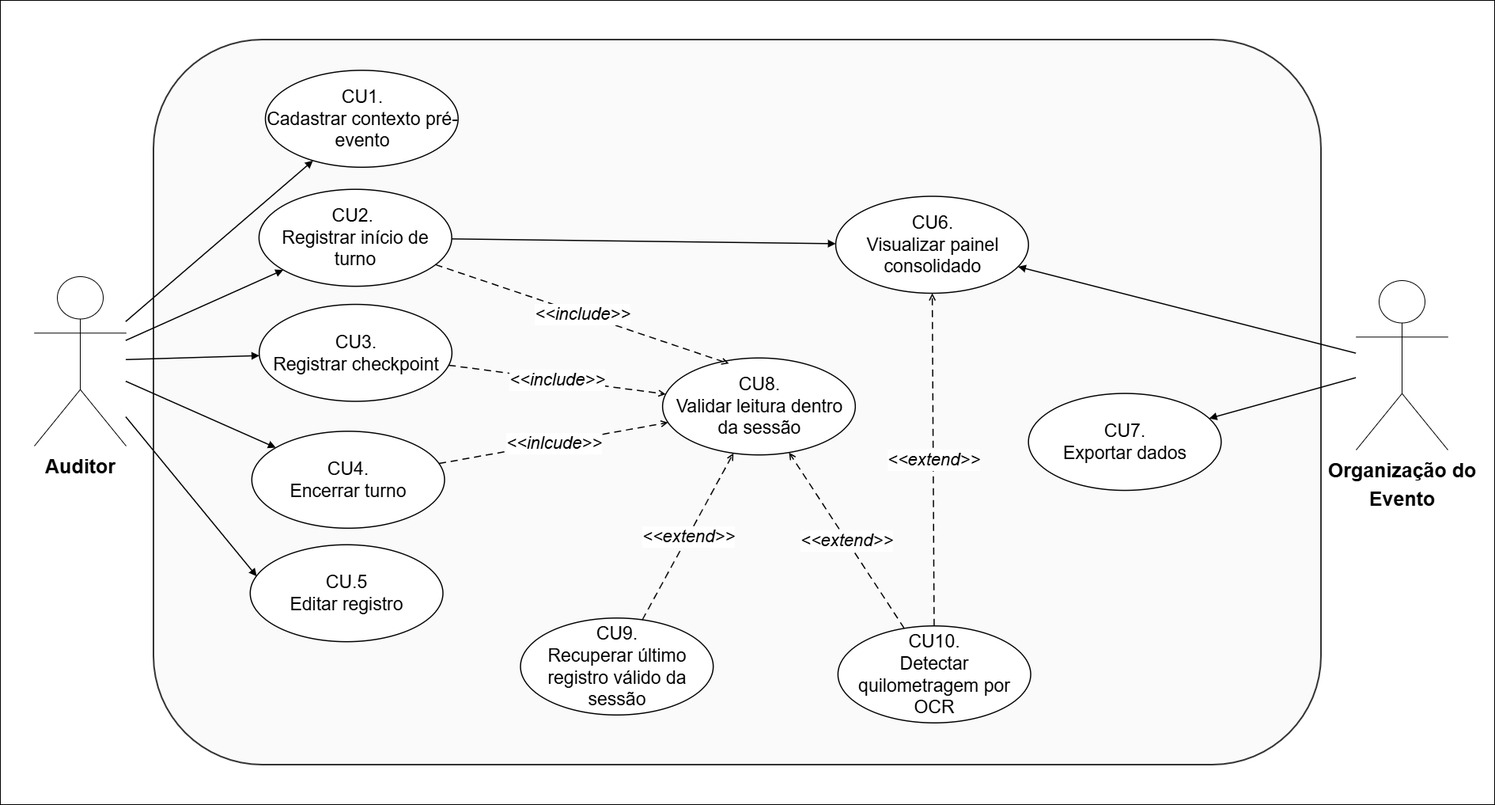
Above: documentos/assets/negocios/Diagrama-Casos-de-Uso.png in Gabriel-Marques-tech/redbull24hrs (draw.io), before the change. Source tidied: cells renumbered, new cells last; positions are measured from the earlier drawing's top-left corner, leaving out a move shared by most shapes. The source it was exported from:
```xml
<mxGraphModel>
  <root>
    <mxCell id="0" />
    <mxCell id="1" parent="0" />
    <mxCell id="2" style="rounded=0;whiteSpace=wrap;html=1;" parent="1" vertex="1">
      <mxGeometry width="1889" height="1016" as="geometry" />
    </mxCell>
    <mxCell id="3" value="&lt;div&gt;&lt;br&gt;&lt;/div&gt;&lt;div&gt;&lt;br&gt;&lt;/div&gt;" style="rounded=1;whiteSpace=wrap;html=1;fillColor=#FAFAFA;strokeColor=#333333;strokeWidth=2;align=left;verticalAlign=top;spacingLeft=12;spacingTop=12;fontFamily=Arial;fontSize=16;fontColor=#333333;" parent="1" vertex="1">
      <mxGeometry x="194" y="50" width="1476" height="916" as="geometry" />
    </mxCell>
    <mxCell id="4" value="&lt;font style=&quot;font-size: 23px;&quot;&gt;CU1.&lt;/font&gt;&lt;div&gt;&lt;font style=&quot;font-size: 23px;&quot;&gt;Cadastrar contexto pré-evento&lt;/font&gt;&lt;/div&gt;" style="ellipse;whiteSpace=wrap;html=1;fillColor=#FFFFFF;strokeColor=#000000;strokeWidth=1.5;fontFamily=Arial;fontSize=13;fontColor=#000000;align=center;verticalAlign=middle;" parent="3" vertex="1">
      <mxGeometry x="141.5" y="38.8" width="243.6" height="122.5" as="geometry" />
    </mxCell>
    <mxCell id="5" value="&lt;font style=&quot;font-size: 23px;&quot;&gt;CU2.&amp;nbsp;&lt;/font&gt;&lt;div&gt;&lt;font style=&quot;font-size: 23px;&quot;&gt;Registrar início de turno&lt;/font&gt;&lt;/div&gt;" style="ellipse;whiteSpace=wrap;html=1;fillColor=#FFFFFF;strokeColor=#000000;strokeWidth=1.5;fontFamily=Arial;fontSize=13;fontColor=#000000;align=center;verticalAlign=middle;" parent="3" vertex="1">
      <mxGeometry x="133.4" y="189.2" width="243.6" height="122.5" as="geometry" />
    </mxCell>
    <mxCell id="6" value="&lt;font style=&quot;font-size: 23px;&quot;&gt;CU3.&lt;/font&gt;&lt;div&gt;&lt;font style=&quot;font-size: 23px;&quot;&gt;Registrar checkpoint&lt;/font&gt;&lt;/div&gt;" style="ellipse;whiteSpace=wrap;html=1;fillColor=#FFFFFF;strokeColor=#000000;strokeWidth=1.5;fontFamily=Arial;fontSize=13;fontColor=#000000;align=center;verticalAlign=middle;" parent="3" vertex="1">
      <mxGeometry x="133.7" y="334.5" width="243.6" height="122.5" as="geometry" />
    </mxCell>
    <mxCell id="7" value="&lt;font style=&quot;font-size: 23px;&quot;&gt;CU4.&lt;/font&gt;&lt;div&gt;&lt;font style=&quot;font-size: 23px;&quot;&gt;Encerrar turno&lt;/font&gt;&lt;/div&gt;" style="ellipse;whiteSpace=wrap;html=1;fillColor=#FFFFFF;strokeColor=#000000;strokeWidth=1.5;fontFamily=Arial;fontSize=13;fontColor=#000000;align=center;verticalAlign=middle;" parent="3" vertex="1">
      <mxGeometry x="124.3" y="494.8" width="243.6" height="122.5" as="geometry" />
    </mxCell>
    <mxCell id="8" value="&lt;font style=&quot;font-size: 23px;&quot;&gt;CU.5&lt;/font&gt;&lt;div&gt;&lt;font style=&quot;font-size: 23px;&quot;&gt;Editar registro&lt;/font&gt;&lt;/div&gt;" style="ellipse;whiteSpace=wrap;html=1;fillColor=#FFFFFF;strokeColor=#000000;strokeWidth=1.5;fontFamily=Arial;fontSize=13;fontColor=#000000;align=center;verticalAlign=middle;" parent="3" vertex="1">
      <mxGeometry x="122.3" y="638.2" width="243.6" height="122.5" as="geometry" />
    </mxCell>
    <mxCell id="9" value="&lt;font style=&quot;font-size: 23px;&quot;&gt;CU6.&lt;/font&gt;&lt;div&gt;&lt;font style=&quot;font-size: 23px;&quot;&gt;Visualizar painel consolidado&lt;/font&gt;&lt;/div&gt;" style="ellipse;whiteSpace=wrap;html=1;fillColor=#FFFFFF;strokeColor=#000000;strokeWidth=1.5;fontFamily=Arial;fontSize=13;fontColor=#000000;align=center;verticalAlign=middle;" parent="3" vertex="1">
      <mxGeometry x="862.5" y="198" width="243.6" height="122.5" as="geometry" />
    </mxCell>
    <mxCell id="10" value="&lt;font style=&quot;font-size: 23px;&quot;&gt;CU7.&lt;/font&gt;&lt;div&gt;&lt;font style=&quot;font-size: 23px;&quot;&gt;Exportar dados&lt;/font&gt;&lt;/div&gt;" style="ellipse;whiteSpace=wrap;html=1;fillColor=#FFFFFF;strokeColor=#000000;strokeWidth=1.5;fontFamily=Arial;fontSize=13;fontColor=#000000;align=center;verticalAlign=middle;" parent="3" vertex="1">
      <mxGeometry x="1106.2" y="447.1" width="243.6" height="122.5" as="geometry" />
    </mxCell>
    <mxCell id="11" value="&lt;font style=&quot;font-size: 23px;&quot;&gt;CU8.&lt;/font&gt;&lt;div&gt;&lt;font style=&quot;font-size: 23px;&quot;&gt;Validar leitura dentro da sessão&lt;/font&gt;&lt;/div&gt;" style="ellipse;whiteSpace=wrap;html=1;fillColor=#FFFFFF;strokeColor=#000000;strokeWidth=1.5;fontFamily=Arial;fontSize=13;fontColor=#000000;align=center;verticalAlign=middle;" parent="3" vertex="1">
      <mxGeometry x="643.7" y="402.3" width="243.6" height="122.5" as="geometry" />
    </mxCell>
    <mxCell id="12" value="&lt;font style=&quot;font-size: 23px;&quot;&gt;CU9.&lt;/font&gt;&lt;div&gt;&lt;font style=&quot;font-size: 23px;&quot;&gt;Recuperar último registro válido da sessão&lt;/font&gt;&lt;/div&gt;" style="ellipse;whiteSpace=wrap;html=1;fillColor=#FFFFFF;strokeColor=#000000;strokeWidth=1.5;fontFamily=Arial;fontSize=13;fontColor=#000000;align=center;verticalAlign=middle;" parent="3" vertex="1">
      <mxGeometry x="464" y="730.8" width="243.6" height="122.5" as="geometry" />
    </mxCell>
    <mxCell id="13" value="&lt;font style=&quot;font-size: 23px;&quot;&gt;CU10.&lt;/font&gt;&lt;div&gt;&lt;font style=&quot;font-size: 23px;&quot;&gt;Detectar quilometragem por OCR&lt;/font&gt;&lt;/div&gt;" style="ellipse;whiteSpace=wrap;html=1;fillColor=#FFFFFF;strokeColor=#000000;strokeWidth=1.5;fontFamily=Arial;fontSize=13;fontColor=#000000;align=center;verticalAlign=middle;" parent="3" vertex="1">
      <mxGeometry x="865.4" y="740.8" width="243.6" height="122.5" as="geometry" />
    </mxCell>
    <mxCell id="14" style="endArrow=block;endFill=1;strokeColor=#000000;strokeWidth=1.5;html=1;rounded=0;" parent="3" edge="1" source="5" target="9">
      <mxGeometry relative="1" as="geometry" />
    </mxCell>
    <mxCell id="15" value="&lt;font style=&quot;font-size: 22px;&quot;&gt;&amp;lt;&amp;lt;extend&amp;gt;&amp;gt;&lt;/font&gt;" style="dashed=1;dashPattern=6 4;endArrow=open;endFill=0;strokeColor=#000000;strokeWidth=1.5;html=1;fontFamily=Arial;fontSize=11;fontStyle=2;fontColor=#000000;" parent="3" edge="1" source="12" target="11">
      <mxGeometry relative="1" as="geometry" />
    </mxCell>
    <mxCell id="16" value="&lt;font style=&quot;font-size: 22px;&quot;&gt;&amp;lt;&amp;lt;extend&amp;gt;&amp;gt;&lt;/font&gt;" style="dashed=1;dashPattern=6 4;endArrow=open;endFill=0;strokeColor=#000000;strokeWidth=1.5;html=1;fontFamily=Arial;fontSize=11;fontStyle=2;fontColor=#000000;" parent="3" edge="1" source="13" target="11">
      <mxGeometry relative="1" as="geometry" />
    </mxCell>
    <mxCell id="17" value="&lt;font style=&quot;font-size: 22px;&quot;&gt;&amp;lt;&amp;lt;extend&amp;gt;&amp;gt;&lt;/font&gt;" style="dashed=1;dashPattern=6 4;endArrow=open;endFill=0;strokeColor=#000000;strokeWidth=1.5;html=1;fontFamily=Arial;fontSize=11;fontStyle=2;fontColor=#000000;" parent="3" edge="1" source="13" target="9">
      <mxGeometry relative="1" as="geometry" />
    </mxCell>
    <mxCell id="18" value="&lt;font style=&quot;font-size: 25px;&quot;&gt;Auditor&lt;/font&gt;" style="shape=umlActor;verticalLabelPosition=bottom;verticalAlign=top;html=1;strokeColor=#000000;fillColor=none;fontFamily=Arial;fontSize=30;fontStyle=1;fontColor=#000000;" parent="1" vertex="1">
      <mxGeometry x="43" y="349" width="116" height="214" as="geometry" />
    </mxCell>
    <mxCell id="19" value="&lt;font style=&quot;font-size: 25px;&quot;&gt;Organização do&lt;/font&gt;&lt;div&gt;&lt;font style=&quot;font-size: 25px;&quot;&gt;Evento&lt;/font&gt;&lt;/div&gt;" style="shape=umlActor;verticalLabelPosition=bottom;verticalAlign=top;html=1;strokeColor=#000000;fillColor=none;fontFamily=Arial;fontSize=30;fontStyle=1;fontColor=#000000;" parent="1" vertex="1">
      <mxGeometry x="1714" y="354" width="116" height="214" as="geometry" />
    </mxCell>
    <mxCell id="20" style="endArrow=block;endFill=1;strokeColor=#000000;strokeWidth=1.5;html=1;rounded=0;" parent="1" edge="1" source="18" target="4">
      <mxGeometry relative="1" as="geometry" />
    </mxCell>
    <mxCell id="21" style="endArrow=block;endFill=1;strokeColor=#000000;strokeWidth=1.5;html=1;rounded=0;fontSize=20;" parent="1" edge="1" source="18" target="5">
      <mxGeometry relative="1" as="geometry" />
    </mxCell>
    <mxCell id="22" style="endArrow=block;endFill=1;strokeColor=#000000;strokeWidth=1.5;html=1;rounded=0;" parent="1" edge="1" source="18" target="6">
      <mxGeometry relative="1" as="geometry" />
    </mxCell>
    <mxCell id="23" style="endArrow=block;endFill=1;strokeColor=#000000;strokeWidth=1.5;html=1;rounded=0;" parent="1" edge="1" source="18" target="7">
      <mxGeometry relative="1" as="geometry" />
    </mxCell>
    <mxCell id="24" style="endArrow=block;endFill=1;strokeColor=#000000;strokeWidth=1.5;html=1;rounded=0;entryX=0.034;entryY=0.326;entryDx=0;entryDy=0;entryPerimeter=0;" parent="1" edge="1" source="18" target="8">
      <mxGeometry relative="1" as="geometry" />
    </mxCell>
    <mxCell id="25" style="endArrow=block;endFill=1;strokeColor=#000000;strokeWidth=1.5;html=1;rounded=0;" parent="1" edge="1" source="19" target="9">
      <mxGeometry relative="1" as="geometry" />
    </mxCell>
    <mxCell id="26" style="endArrow=block;endFill=1;strokeColor=#000000;strokeWidth=1.5;html=1;rounded=0;" parent="1" edge="1" source="19" target="10">
      <mxGeometry relative="1" as="geometry" />
    </mxCell>
    <mxCell id="27" value="&lt;font style=&quot;font-size: 22px;&quot;&gt;&amp;lt;&amp;lt;include&amp;gt;&amp;gt;&lt;/font&gt;" style="dashed=1;dashPattern=6 4;endArrow=open;endFill=0;strokeColor=#000000;strokeWidth=1.5;html=1;fontFamily=Arial;fontSize=11;fontStyle=2;fontColor=#000000;entryX=0.344;entryY=0.058;entryDx=0;entryDy=0;entryPerimeter=0;" parent="1" edge="1" source="5" target="11">
      <mxGeometry relative="1" as="geometry" />
    </mxCell>
    <mxCell id="28" value="&lt;font style=&quot;font-size: 22px;&quot;&gt;&amp;lt;&amp;lt;include&amp;gt;&amp;gt;&lt;/font&gt;" style="dashed=1;dashPattern=6 4;endArrow=open;endFill=0;strokeColor=#000000;strokeWidth=1.5;html=1;fontFamily=Arial;fontSize=11;fontStyle=2;fontColor=#000000;" parent="1" edge="1" source="6" target="11">
      <mxGeometry relative="1" as="geometry" />
    </mxCell>
    <mxCell id="29" value="&lt;font style=&quot;font-size: 22px;&quot;&gt;&amp;lt;&amp;lt;inlcude&amp;gt;&amp;gt;&lt;/font&gt;" style="dashed=1;dashPattern=6 4;endArrow=open;endFill=0;strokeColor=#000000;strokeWidth=1.5;html=1;fontFamily=Arial;fontSize=11;fontStyle=2;fontColor=#000000;" parent="1" edge="1" source="7" target="11">
      <mxGeometry relative="1" as="geometry" />
    </mxCell>
  </root>
</mxGraphModel>
```
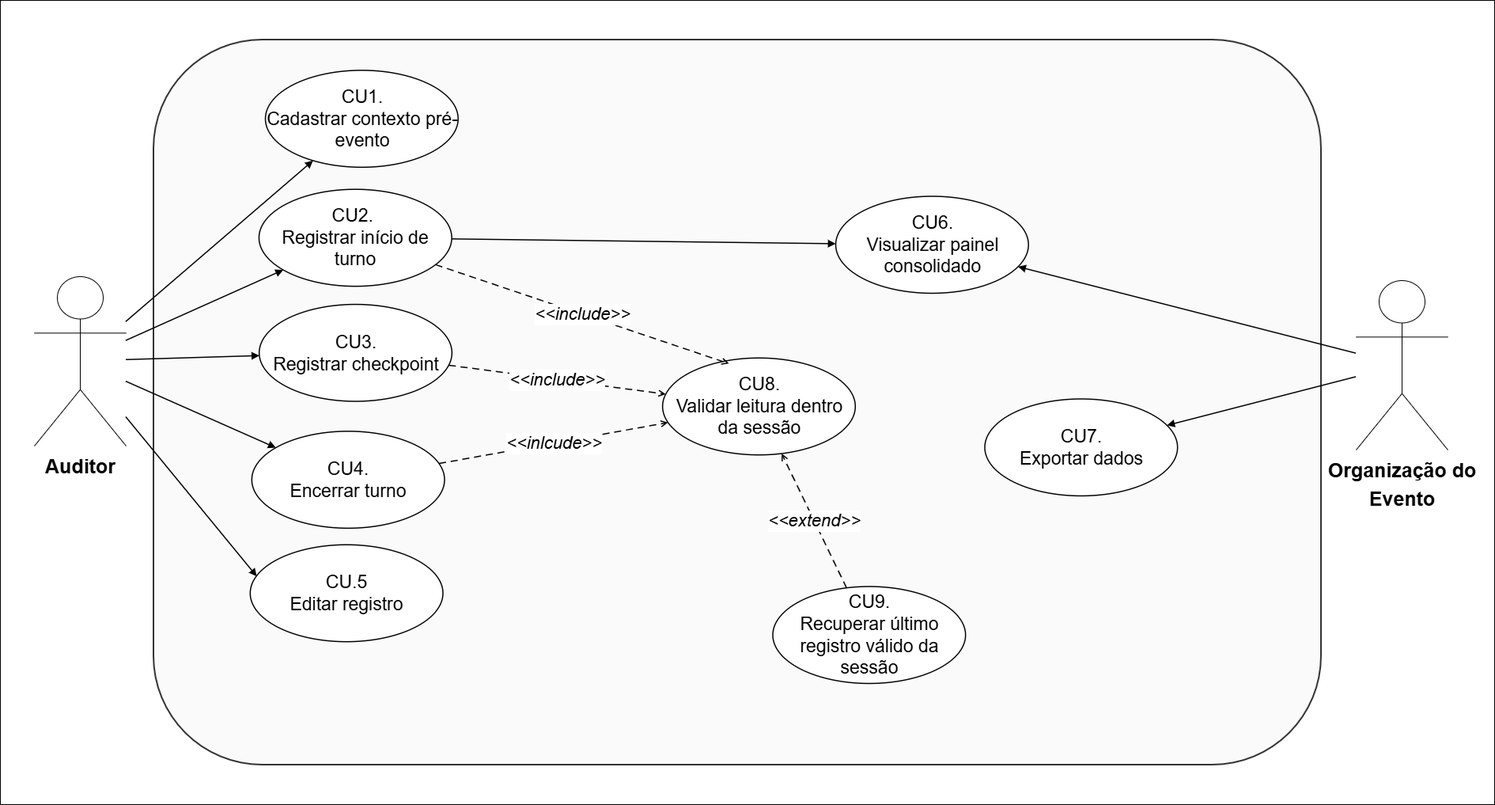
Later version of the same file.

Commit message:
docs: corrije coerência de um dos casos de <<extend>> Atualiza a imagem para se manter de acordo com as mudanças

Change to the diagram source:
```diff
@@ -27,29 +27,20 @@
       <mxGeometry x="862.5" y="198" width="243.6" height="122.5" as="geometry" />
     </mxCell>
     <mxCell id="10" value="&lt;font style=&quot;font-size: 23px;&quot;&gt;CU7.&lt;/font&gt;&lt;div&gt;&lt;font style=&quot;font-size: 23px;&quot;&gt;Exportar dados&lt;/font&gt;&lt;/div&gt;" style="ellipse;whiteSpace=wrap;html=1;fillColor=#FFFFFF;strokeColor=#000000;strokeWidth=1.5;fontFamily=Arial;fontSize=13;fontColor=#000000;align=center;verticalAlign=middle;" parent="3" vertex="1">
-      <mxGeometry x="1106.2" y="447.1" width="243.6" height="122.5" as="geometry" />
+      <mxGeometry x="1051" y="454" width="243.6" height="122.5" as="geometry" />
     </mxCell>
     <mxCell id="11" value="&lt;font style=&quot;font-size: 23px;&quot;&gt;CU8.&lt;/font&gt;&lt;div&gt;&lt;font style=&quot;font-size: 23px;&quot;&gt;Validar leitura dentro da sessão&lt;/font&gt;&lt;/div&gt;" style="ellipse;whiteSpace=wrap;html=1;fillColor=#FFFFFF;strokeColor=#000000;strokeWidth=1.5;fontFamily=Arial;fontSize=13;fontColor=#000000;align=center;verticalAlign=middle;" parent="3" vertex="1">
       <mxGeometry x="643.7" y="402.3" width="243.6" height="122.5" as="geometry" />
     </mxCell>
     <mxCell id="12" value="&lt;font style=&quot;font-size: 23px;&quot;&gt;CU9.&lt;/font&gt;&lt;div&gt;&lt;font style=&quot;font-size: 23px;&quot;&gt;Recuperar último registro válido da sessão&lt;/font&gt;&lt;/div&gt;" style="ellipse;whiteSpace=wrap;html=1;fillColor=#FFFFFF;strokeColor=#000000;strokeWidth=1.5;fontFamily=Arial;fontSize=13;fontColor=#000000;align=center;verticalAlign=middle;" parent="3" vertex="1">
-      <mxGeometry x="464" y="730.8" width="243.6" height="122.5" as="geometry" />
+      <mxGeometry x="783" y="691" width="243.6" height="122.5" as="geometry" />
     </mxCell>
-    <mxCell id="13" value="&lt;font style=&quot;font-size: 23px;&quot;&gt;CU10.&lt;/font&gt;&lt;div&gt;&lt;font style=&quot;font-size: 23px;&quot;&gt;Detectar quilometragem por OCR&lt;/font&gt;&lt;/div&gt;" style="ellipse;whiteSpace=wrap;html=1;fillColor=#FFFFFF;strokeColor=#000000;strokeWidth=1.5;fontFamily=Arial;fontSize=13;fontColor=#000000;align=center;verticalAlign=middle;" parent="3" vertex="1">
-      <mxGeometry x="865.4" y="740.8" width="243.6" height="122.5" as="geometry" />
-    </mxCell>
     <mxCell id="14" style="endArrow=block;endFill=1;strokeColor=#000000;strokeWidth=1.5;html=1;rounded=0;" parent="3" edge="1" source="5" target="9">
       <mxGeometry relative="1" as="geometry" />
     </mxCell>
     <mxCell id="15" value="&lt;font style=&quot;font-size: 22px;&quot;&gt;&amp;lt;&amp;lt;extend&amp;gt;&amp;gt;&lt;/font&gt;" style="dashed=1;dashPattern=6 4;endArrow=open;endFill=0;strokeColor=#000000;strokeWidth=1.5;html=1;fontFamily=Arial;fontSize=11;fontStyle=2;fontColor=#000000;" parent="3" edge="1" source="12" target="11">
       <mxGeometry relative="1" as="geometry" />
     </mxCell>
-    <mxCell id="16" value="&lt;font style=&quot;font-size: 22px;&quot;&gt;&amp;lt;&amp;lt;extend&amp;gt;&amp;gt;&lt;/font&gt;" style="dashed=1;dashPattern=6 4;endArrow=open;endFill=0;strokeColor=#000000;strokeWidth=1.5;html=1;fontFamily=Arial;fontSize=11;fontStyle=2;fontColor=#000000;" parent="3" edge="1" source="13" target="11">
-      <mxGeometry relative="1" as="geometry" />
-    </mxCell>
-    <mxCell id="17" value="&lt;font style=&quot;font-size: 22px;&quot;&gt;&amp;lt;&amp;lt;extend&amp;gt;&amp;gt;&lt;/font&gt;" style="dashed=1;dashPattern=6 4;endArrow=open;endFill=0;strokeColor=#000000;strokeWidth=1.5;html=1;fontFamily=Arial;fontSize=11;fontStyle=2;fontColor=#000000;" parent="3" edge="1" source="13" target="9">
-      <mxGeometry relative="1" as="geometry" />
-    </mxCell>
     <mxCell id="18" value="&lt;font style=&quot;font-size: 25px;&quot;&gt;Auditor&lt;/font&gt;" style="shape=umlActor;verticalLabelPosition=bottom;verticalAlign=top;html=1;strokeColor=#000000;fillColor=none;fontFamily=Arial;fontSize=30;fontStyle=1;fontColor=#000000;" parent="1" vertex="1">
       <mxGeometry x="43" y="349" width="116" height="214" as="geometry" />
     </mxCell>
```
